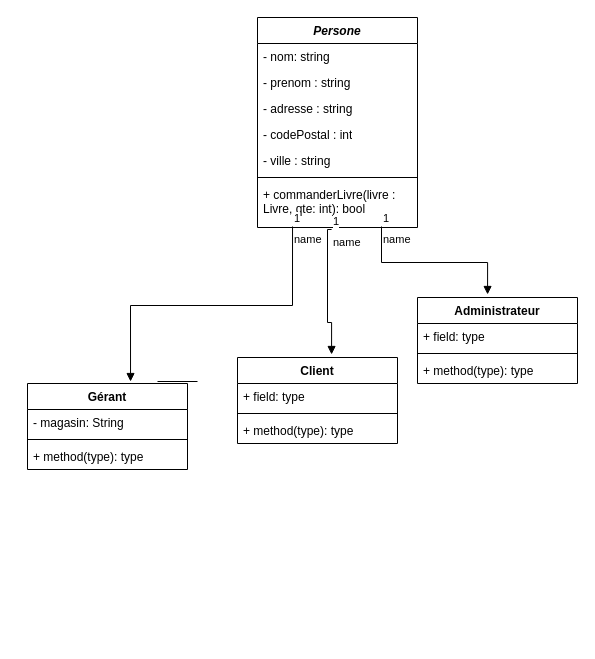
NolhanDolou/SAE_JAVA keeps this draw.io diagram as diagrammedeclasse.drawio. Above is the earlier version. Source tidied: cells renumbered, new cells numbered last; positions are measured from the earlier drawing's top-left corner, leaving out a move shared by most shapes. Both pictures are drawn from the tidied source at 100%, with x=0, y=0 at pixel (27, 17).
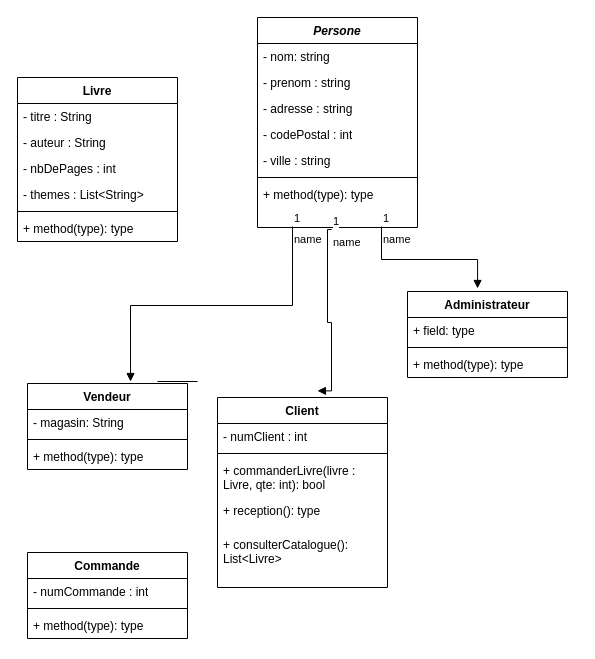
The same diagram, later.

The change refers to these unchanged cells:
```xml
<mxCell id="2" value="&lt;i&gt;Persone&lt;/i&gt;" style="swimlane;fontStyle=1;align=center;verticalAlign=top;horizontal=1;startSize=26;whiteSpace=wrap;html=1;" parent="1" vertex="1">
  <mxGeometry x="230" width="160" height="210" as="geometry" />
</mxCell>
```

Change to the diagram source:
```diff
@@
-    <mxCell id="9" value="+ commanderLivre(livre : Livre, qte: int): bool" style="text;strokeColor=none;fillColor=none;align=left;verticalAlign=top;spacingLeft=4;spacingRight=4;overflow=hidden;points=[[0,0.5],[1,0.5]];portConstraint=eastwest;whiteSpace=wrap;html=1;" parent="2" vertex="1">
+    <mxCell id="9" value="+ method(type): type" style="text;strokeColor=none;fillColor=none;align=left;verticalAlign=top;spacingLeft=4;spacingRight=4;overflow=hidden;points=[[0,0.5],[1,0.5]];portConstraint=eastwest;whiteSpace=wrap;html=1;" parent="2" vertex="1">
       <mxGeometry y="164" width="160" height="46" as="geometry" />
     </mxCell>
     <mxCell id="10" value="Client" style="swimlane;fontStyle=1;align=center;verticalAlign=top;horizontal=1;startSize=26;whiteSpace=wrap;html=1;" parent="1" vertex="1">
-      <mxGeometry x="210" y="340" width="160" height="86" as="geometry" />
+      <mxGeometry x="190" y="380" width="170" height="190" as="geometry" />
     </mxCell>
-    <mxCell id="11" value="+ field: type" style="text;strokeColor=none;fillColor=none;align=left;verticalAlign=top;spacingLeft=4;spacingRight=4;overflow=hidden;whiteSpace=wrap;html=1;" parent="10" vertex="1">
-      <mxGeometry y="26" width="160" height="26" as="geometry" />
+    <mxCell id="11" value="- numClient : int" style="text;strokeColor=none;fillColor=none;align=left;verticalAlign=top;spacingLeft=4;spacingRight=4;overflow=hidden;whiteSpace=wrap;html=1;" parent="10" vertex="1">
+      <mxGeometry y="26" width="170" height="26" as="geometry" />
     </mxCell>
     <mxCell id="12" style="line;strokeWidth=1;fillColor=none;align=left;verticalAlign=middle;spacingTop=-1;spacingLeft=3;spacingRight=3;labelPosition=right;strokeColor=inherit;" parent="10" vertex="1">
-      <mxGeometry y="52" width="160" height="8" as="geometry" />
+      <mxGeometry y="52" width="170" height="8" as="geometry" />
     </mxCell>
+    <mxCell id="29" value="&lt;span style=&quot;color: rgb(0, 0, 0); font-family: Helvetica; font-size: 12px; font-style: normal; font-variant-ligatures: normal; font-variant-caps: normal; letter-spacing: normal; orphans: 2; text-align: left; text-indent: 0px; text-transform: none; widows: 2; word-spacing: 0px; -webkit-text-stroke-width: 0px; white-space: normal; text-decoration-thickness: initial; text-decoration-style: initial; text-decoration-color: initial; float: none; background-color: rgb(255, 255, 255); display: inline !important;&quot;&gt;+ commanderLivre(livre : Livre, qte: int): bool&lt;/span&gt;" style="text;strokeColor=none;fillColor=none;align=left;verticalAlign=top;spacingLeft=4;spacingRight=4;overflow=hidden;whiteSpace=wrap;html=1;" parent="10" vertex="1">
+      <mxGeometry y="60" width="170" height="40" as="geometry" />
+    </mxCell>
-    <mxCell id="13" value="+ method(type): type" style="text;strokeColor=none;fillColor=none;align=left;verticalAlign=top;spacingLeft=4;spacingRight=4;overflow=hidden;whiteSpace=wrap;html=1;" parent="10" vertex="1">
-      <mxGeometry y="60" width="160" height="26" as="geometry" />
+    <mxCell id="13" value="+ reception(): type" style="text;strokeColor=none;fillColor=none;align=left;verticalAlign=top;spacingLeft=4;spacingRight=4;overflow=hidden;whiteSpace=wrap;html=1;" parent="10" vertex="1">
+      <mxGeometry y="100" width="170" height="34" as="geometry" />
     </mxCell>
+    <mxCell id="30" value="+ consulterCatalogue(): List&amp;lt;Livre&amp;gt;" style="text;strokeColor=none;fillColor=none;align=left;verticalAlign=top;spacingLeft=4;spacingRight=4;overflow=hidden;whiteSpace=wrap;html=1;" parent="10" vertex="1">
+      <mxGeometry y="134" width="170" height="56" as="geometry" />
+    </mxCell>
     <mxCell id="14" value="Administrateur" style="swimlane;fontStyle=1;align=center;verticalAlign=top;horizontal=1;startSize=26;whiteSpace=wrap;html=1;" parent="1" vertex="1">
-      <mxGeometry x="390" y="280" width="160" height="86" as="geometry" />
+      <mxGeometry x="380" y="274" width="160" height="86" as="geometry" />
     </mxCell>
@@
-    <mxCell id="18" value="Gérant" style="swimlane;fontStyle=1;align=center;verticalAlign=top;horizontal=1;startSize=26;whiteSpace=wrap;html=1;" parent="1" vertex="1">
+    <mxCell id="18" value="Vendeur" style="swimlane;fontStyle=1;align=center;verticalAlign=top;horizontal=1;startSize=26;whiteSpace=wrap;html=1;" parent="1" vertex="1">
       <mxGeometry y="366" width="160" height="86" as="geometry" />
     </mxCell>
@@
+    <mxCell id="31" value="Livre" style="swimlane;fontStyle=1;align=center;verticalAlign=top;horizontal=1;startSize=26;whiteSpace=wrap;html=1;" parent="1" vertex="1">
+      <mxGeometry x="-10" y="60" width="160" height="164" as="geometry" />
+    </mxCell>
+    <mxCell id="32" value="- titre : String" style="text;strokeColor=none;fillColor=none;align=left;verticalAlign=top;spacingLeft=4;spacingRight=4;overflow=hidden;whiteSpace=wrap;html=1;" parent="31" vertex="1">
+      <mxGeometry y="26" width="160" height="26" as="geometry" />
+    </mxCell>
+    <mxCell id="33" value="- auteur : String" style="text;strokeColor=none;fillColor=none;align=left;verticalAlign=top;spacingLeft=4;spacingRight=4;overflow=hidden;whiteSpace=wrap;html=1;" parent="31" vertex="1">
+      <mxGeometry y="52" width="160" height="26" as="geometry" />
+    </mxCell>
+    <mxCell id="34" value="- nbDePages : int" style="text;strokeColor=none;fillColor=none;align=left;verticalAlign=top;spacingLeft=4;spacingRight=4;overflow=hidden;whiteSpace=wrap;html=1;" parent="31" vertex="1">
+      <mxGeometry y="78" width="160" height="26" as="geometry" />
+    </mxCell>
+    <mxCell id="35" value="- themes : List&amp;lt;String&amp;gt;" style="text;strokeColor=none;fillColor=none;align=left;verticalAlign=top;spacingLeft=4;spacingRight=4;overflow=hidden;whiteSpace=wrap;html=1;" parent="31" vertex="1">
+      <mxGeometry y="104" width="160" height="26" as="geometry" />
+    </mxCell>
+    <mxCell id="36" style="line;strokeWidth=1;fillColor=none;align=left;verticalAlign=middle;spacingTop=-1;spacingLeft=3;spacingRight=3;labelPosition=right;strokeColor=inherit;" parent="31" vertex="1">
+      <mxGeometry y="130" width="160" height="8" as="geometry" />
+    </mxCell>
+    <mxCell id="37" value="+ method(type): type" style="text;strokeColor=none;fillColor=none;align=left;verticalAlign=top;spacingLeft=4;spacingRight=4;overflow=hidden;whiteSpace=wrap;html=1;" parent="31" vertex="1">
+      <mxGeometry y="138" width="160" height="26" as="geometry" />
+    </mxCell>
+    <mxCell id="38" value="Commande" style="swimlane;fontStyle=1;align=center;verticalAlign=top;horizontal=1;startSize=26;whiteSpace=wrap;html=1;" parent="1" vertex="1">
+      <mxGeometry y="535" width="160" height="86" as="geometry" />
+    </mxCell>
+    <mxCell id="39" value="- numCommande : int" style="text;strokeColor=none;fillColor=none;align=left;verticalAlign=top;spacingLeft=4;spacingRight=4;overflow=hidden;whiteSpace=wrap;html=1;" parent="38" vertex="1">
+      <mxGeometry y="26" width="160" height="26" as="geometry" />
+    </mxCell>
+    <mxCell id="40" style="line;strokeWidth=1;fillColor=none;align=left;verticalAlign=middle;spacingTop=-1;spacingLeft=3;spacingRight=3;labelPosition=right;strokeColor=inherit;" parent="38" vertex="1">
+      <mxGeometry y="52" width="160" height="8" as="geometry" />
+    </mxCell>
+    <mxCell id="41" value="+ method(type): type" style="text;strokeColor=none;fillColor=none;align=left;verticalAlign=top;spacingLeft=4;spacingRight=4;overflow=hidden;whiteSpace=wrap;html=1;" parent="38" vertex="1">
+      <mxGeometry y="60" width="160" height="26" as="geometry" />
+    </mxCell>
```
